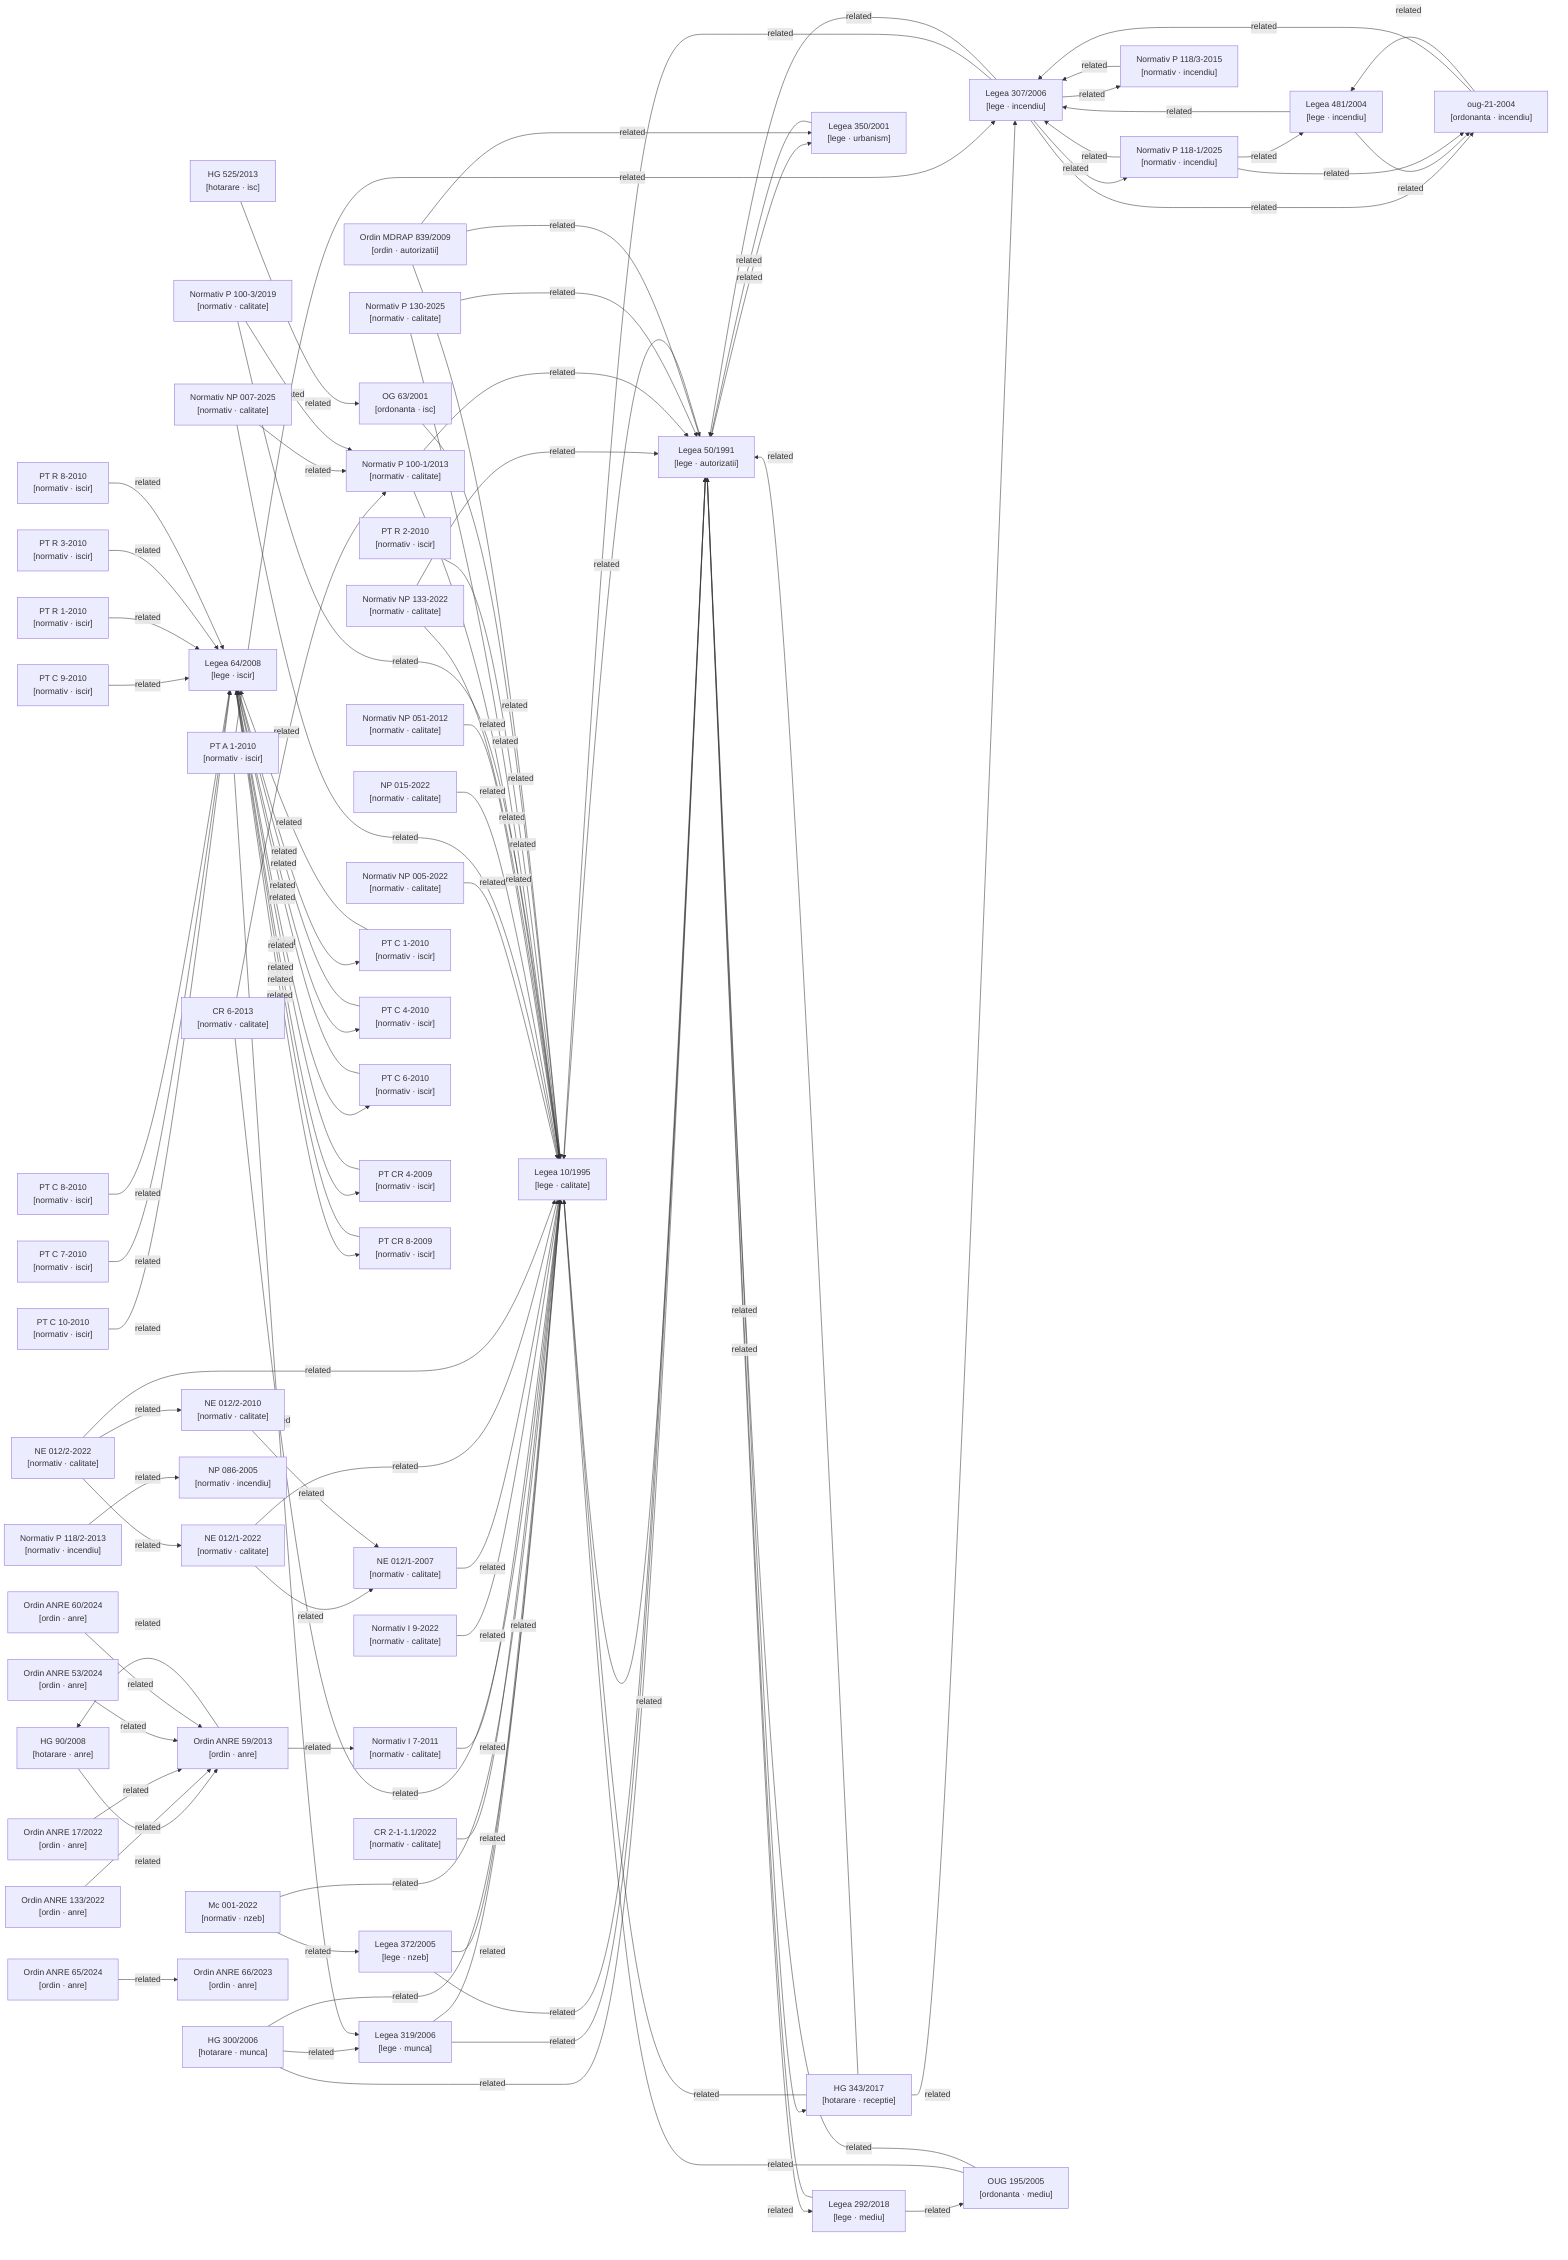
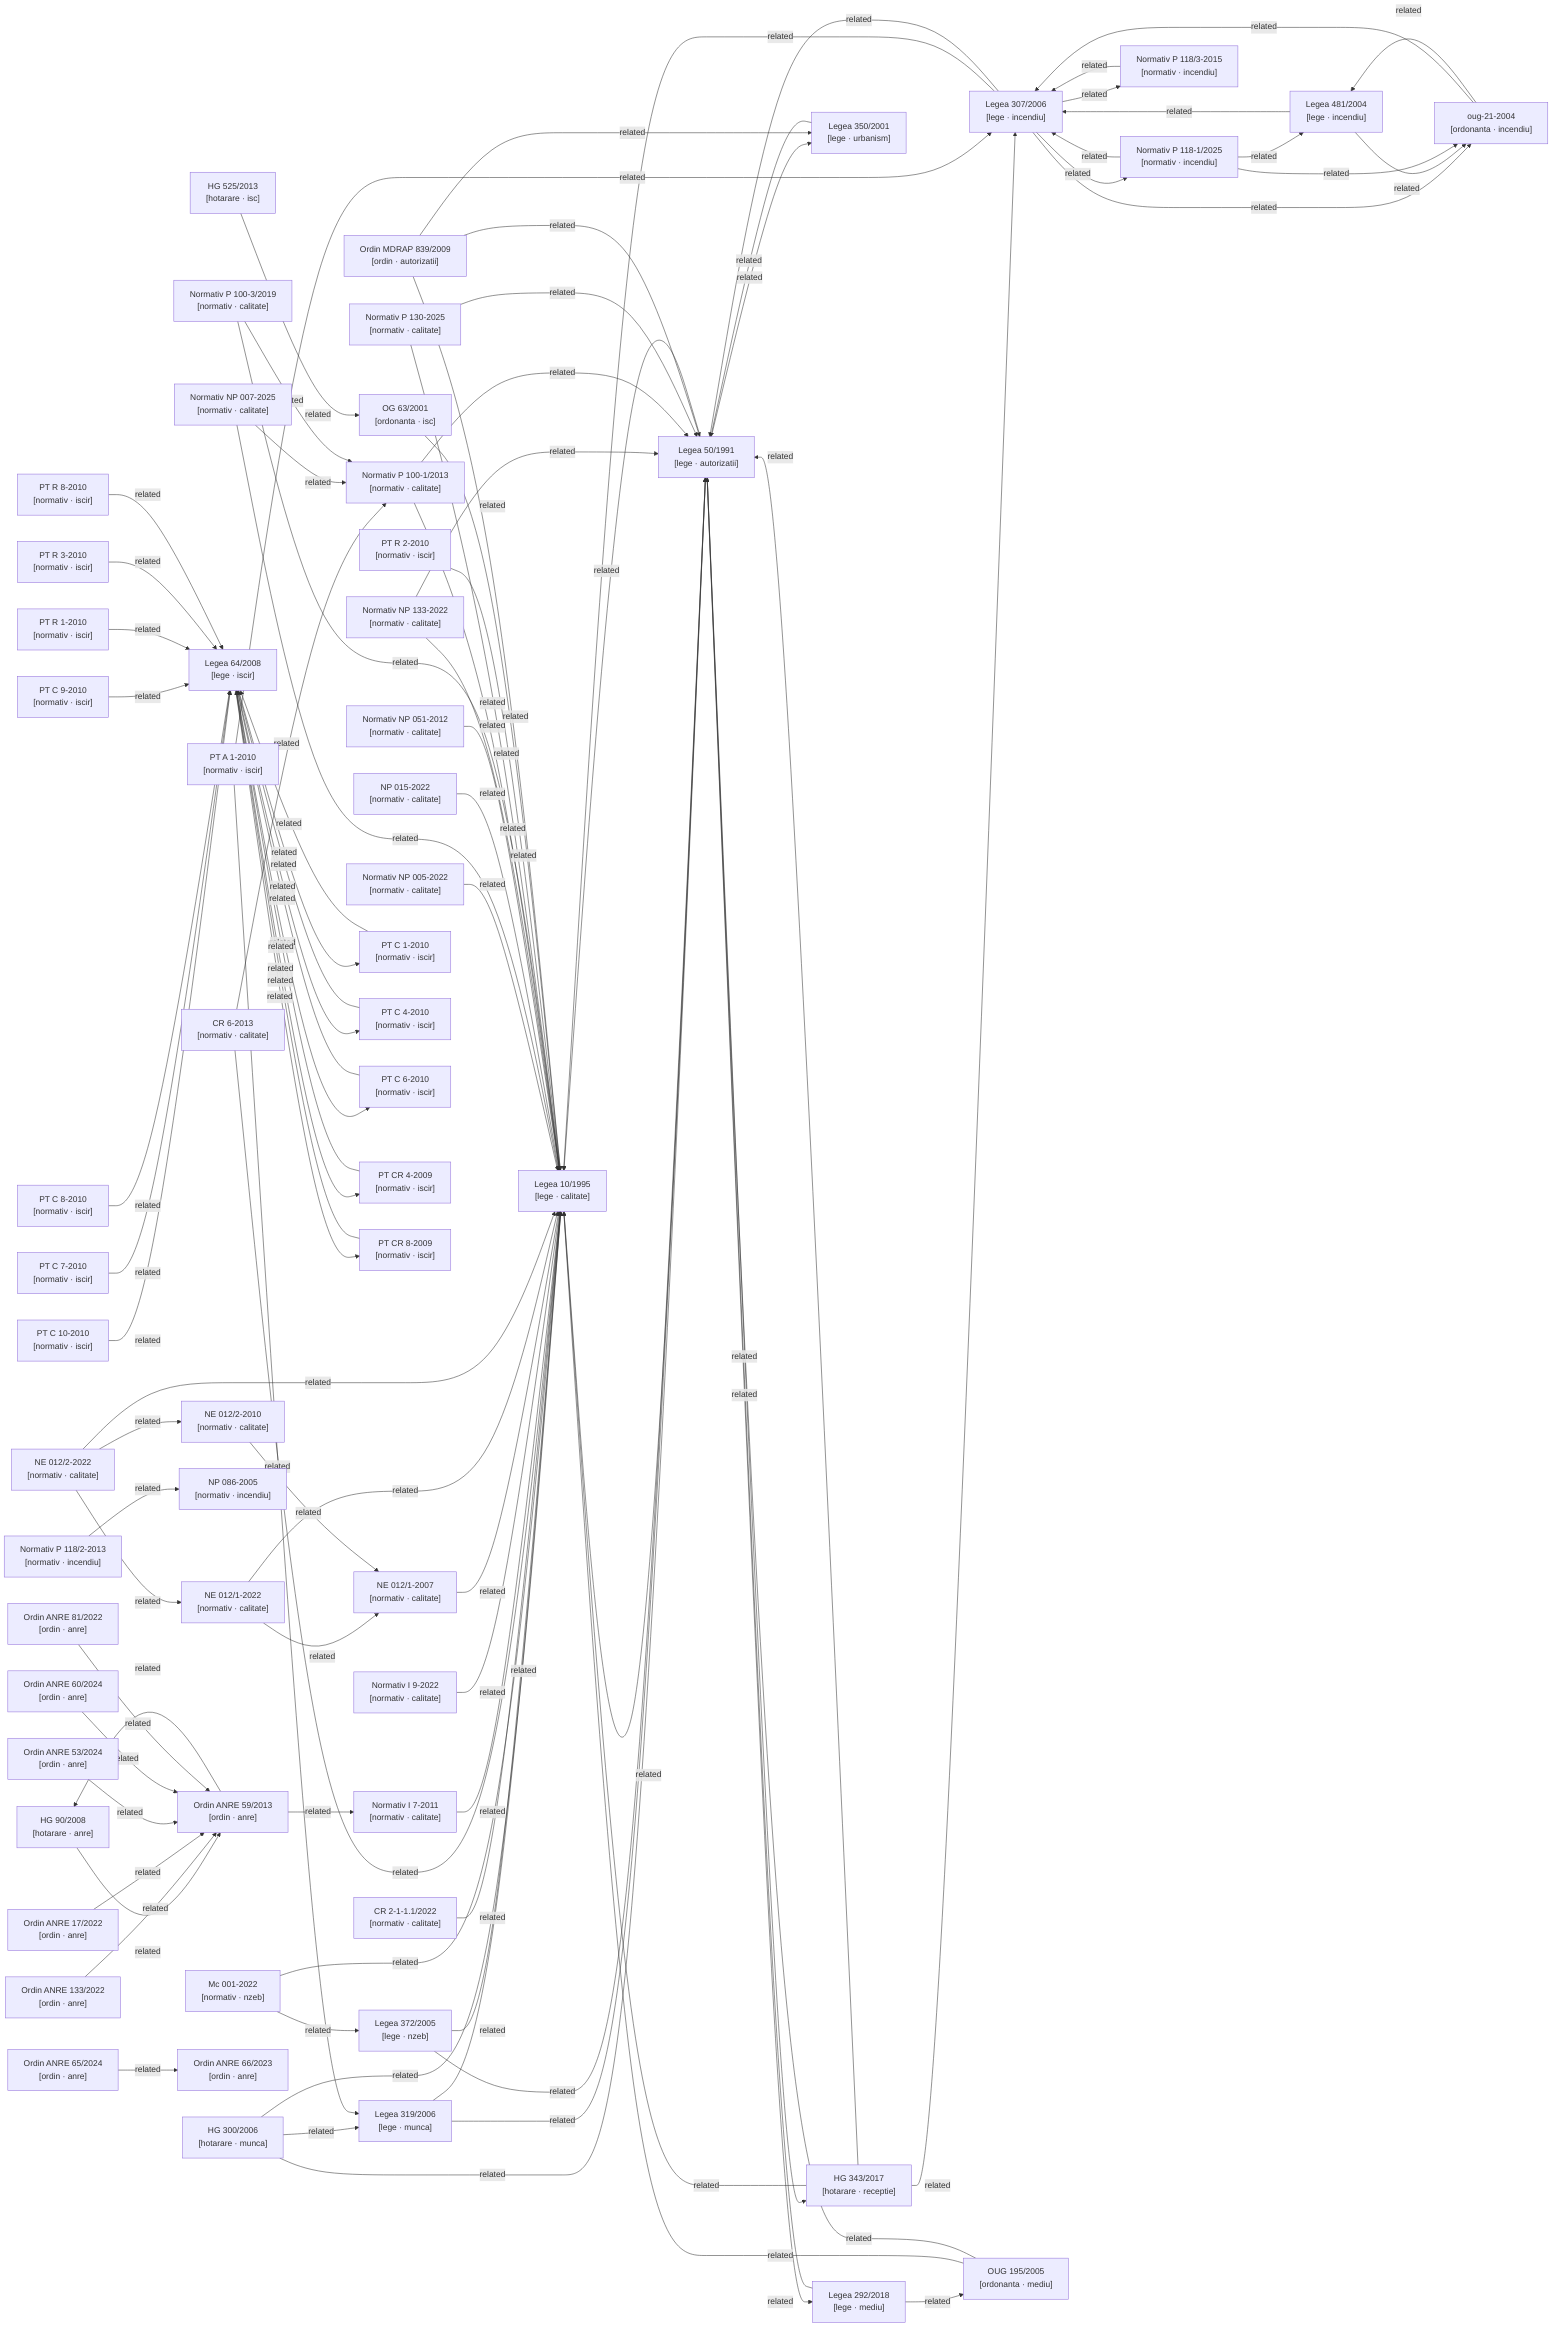
graph LR

  %% Nodes
  hg-300-2006["HG 300/2006\n[hotarare · munca]"]
  hg-343-2017["HG 343/2017\n[hotarare · receptie]"]
  hg-525-2013["HG 525/2013\n[hotarare · isc]"]
  hg-90-2008["HG 90/2008\n[hotarare · anre]"]
  lege-10-1995["Legea 10/1995\n[lege · calitate]"]
  lege-292-2018["Legea 292/2018\n[lege · mediu]"]
  lege-307-2006["Legea 307/2006\n[lege · incendiu]"]
  lege-319-2006["Legea 319/2006\n[lege · munca]"]
  lege-350-2001["Legea 350/2001\n[lege · urbanism]"]
  lege-372-2005["Legea 372/2005\n[lege · nzeb]"]
  lege-481-2004["Legea 481/2004\n[lege · incendiu]"]
  lege-50-1991["Legea 50/1991\n[lege · autorizatii]"]
  lege-64-2008["Legea 64/2008\n[lege · iscir]"]
  metodologie-mc001-2022["Mc 001-2022\n[normativ · nzeb]"]
  normativ-cr2-1-1-1-2022["CR 2-1-1.1/2022\n[normativ · calitate]"]
  normativ-cr6-2013["CR 6-2013\n[normativ · calitate]"]
  normativ-i7-2011["Normativ I 7-2011\n[normativ · calitate]"]
  normativ-i9-2022["Normativ I 9-2022\n[normativ · calitate]"]
  normativ-ne012-1-2007["NE 012/1-2007\n[normativ · calitate]"]
  normativ-ne012-1-2022["NE 012/1-2022\n[normativ · calitate]"]
  normativ-ne012-2-2010["NE 012/2-2010\n[normativ · calitate]"]
  normativ-ne012-2-2022["NE 012/2-2022\n[normativ · calitate]"]
  normativ-np005-2022["Normativ NP 005-2022\n[normativ · calitate]"]
  normativ-np007-2025["Normativ NP 007-2025\n[normativ · calitate]"]
  normativ-np015-2022["NP 015-2022\n[normativ · calitate]"]
  normativ-np051-2012["Normativ NP 051-2012\n[normativ · calitate]"]
  normativ-np086-2005["NP 086-2005\n[normativ · incendiu]"]
  normativ-np133-2022["Normativ NP 133-2022\n[normativ · calitate]"]
  normativ-p100-1-2013["Normativ P 100-1/2013\n[normativ · calitate]"]
  normativ-p100-3-2019["Normativ P 100-3/2019\n[normativ · calitate]"]
  normativ-p118-1-2025["Normativ P 118-1/2025\n[normativ · incendiu]"]
  normativ-p118-2-2013["Normativ P 118/2-2013\n[normativ · incendiu]"]
  normativ-p118-3-2015["Normativ P 118/3-2015\n[normativ · incendiu]"]
  normativ-p130-2025["Normativ P 130-2025\n[normativ · calitate]"]
  normativ-pt-a1-2010["PT A 1-2010\n[normativ · iscir]"]
  normativ-pt-c1-2010["PT C 1-2010\n[normativ · iscir]"]
  normativ-pt-c10-2010["PT C 10-2010\n[normativ · iscir]"]
  normativ-pt-c4-2010["PT C 4-2010\n[normativ · iscir]"]
  normativ-pt-c6-2010["PT C 6-2010\n[normativ · iscir]"]
  normativ-pt-c7-2010["PT C 7-2010\n[normativ · iscir]"]
  normativ-pt-c8-2010["PT C 8-2010\n[normativ · iscir]"]
  normativ-pt-c9-2010["PT C 9-2010\n[normativ · iscir]"]
  normativ-pt-cr4-2009["PT CR 4-2009\n[normativ · iscir]"]
  normativ-pt-cr8-2009["PT CR 8-2009\n[normativ · iscir]"]
  normativ-pt-r1-2010["PT R 1-2010\n[normativ · iscir]"]
  normativ-pt-r2-2010["PT R 2-2010\n[normativ · iscir]"]
  normativ-pt-r3-2010["PT R 3-2010\n[normativ · iscir]"]
  normativ-pt-r8-2010["PT R 8-2010\n[normativ · iscir]"]
  og-63-2001["OG 63/2001\n[ordonanta · isc]"]
  ordin-839-2009["Ordin MDRAP 839/2009\n[ordin · autorizatii]"]
  ordin-anre-133-2022["Ordin ANRE 133/2022\n[ordin · anre]"]
  ordin-anre-17-2022["Ordin ANRE 17/2022\n[ordin · anre]"]
  ordin-anre-53-2024["Ordin ANRE 53/2024\n[ordin · anre]"]
  ordin-anre-59-2013["Ordin ANRE 59/2013\n[ordin · anre]"]
  ordin-anre-60-2024["Ordin ANRE 60/2024\n[ordin · anre]"]
  ordin-anre-65-2024["Ordin ANRE 65/2024\n[ordin · anre]"]
  ordin-anre-66-2023["Ordin ANRE 66/2023\n[ordin · anre]"]
+   ordin-anre-81-2022["Ordin ANRE 81/2022\n[ordin · anre]"]
  oug-195-2005["OUG 195/2005\n[ordonanta · mediu]"]
  oug-21-2004["oug-21-2004\n[ordonanta · incendiu]"]

  %% Confirmed relationships (from metadata related_acts)
  hg-300-2006 -->|related| lege-10-1995
  hg-300-2006 -->|related| lege-319-2006
  hg-300-2006 -->|related| lege-50-1991
  hg-343-2017 -->|related| lege-10-1995
  hg-343-2017 -->|related| lege-307-2006
  hg-343-2017 -->|related| lege-50-1991
  hg-525-2013 -->|related| og-63-2001
  hg-90-2008 -->|related| ordin-anre-59-2013
  lege-10-1995 -->|related| lege-50-1991
  lege-292-2018 -->|related| lege-50-1991
  lege-292-2018 -->|related| oug-195-2005
  lege-307-2006 -->|related| lege-10-1995
  lege-307-2006 -->|related| lege-50-1991
  lege-307-2006 -->|related| normativ-p118-1-2025
  lege-307-2006 -->|related| normativ-p118-3-2015
  lege-307-2006 -->|related| oug-21-2004
  lege-319-2006 -->|related| lege-10-1995
  lege-319-2006 -->|related| lege-50-1991
  lege-350-2001 -->|related| lege-50-1991
  lege-372-2005 -->|related| lege-10-1995
  lege-372-2005 -->|related| lege-50-1991
  lege-481-2004 -->|related| lege-307-2006
  lege-481-2004 -->|related| oug-21-2004
  lege-50-1991 -->|related| hg-343-2017
  lege-50-1991 -->|related| lege-10-1995
  lege-50-1991 -->|related| lege-292-2018
  lege-50-1991 -->|related| lege-350-2001
  lege-64-2008 -->|related| normativ-pt-c1-2010
  lege-64-2008 -->|related| normativ-pt-c4-2010
  lege-64-2008 -->|related| normativ-pt-c6-2010
  lege-64-2008 -->|related| normativ-pt-cr4-2009
  lege-64-2008 -->|related| normativ-pt-cr8-2009
  metodologie-mc001-2022 -->|related| lege-10-1995
  metodologie-mc001-2022 -->|related| lege-372-2005
  normativ-cr2-1-1-1-2022 -->|related| lege-10-1995
  normativ-cr6-2013 -->|related| lege-10-1995
  normativ-cr6-2013 -->|related| normativ-p100-1-2013
  normativ-i7-2011 -->|related| lege-10-1995
  normativ-i9-2022 -->|related| lege-10-1995
  normativ-ne012-1-2007 -->|related| lege-10-1995
  normativ-ne012-1-2022 -->|related| lege-10-1995
  normativ-ne012-1-2022 -->|related| normativ-ne012-1-2007
  normativ-ne012-2-2010 -->|related| normativ-ne012-1-2007
  normativ-ne012-2-2022 -->|related| lege-10-1995
  normativ-ne012-2-2022 -->|related| normativ-ne012-1-2022
  normativ-ne012-2-2022 -->|related| normativ-ne012-2-2010
  normativ-np005-2022 -->|related| lege-10-1995
  normativ-np007-2025 -->|related| lege-10-1995
  normativ-np007-2025 -->|related| normativ-p100-1-2013
  normativ-np015-2022 -->|related| lege-10-1995
  normativ-np051-2012 -->|related| lege-10-1995
  normativ-np133-2022 -->|related| lege-10-1995
  normativ-np133-2022 -->|related| lege-50-1991
  normativ-p100-1-2013 -->|related| lege-10-1995
  normativ-p100-1-2013 -->|related| lege-50-1991
  normativ-p100-3-2019 -->|related| lege-10-1995
  normativ-p100-3-2019 -->|related| normativ-p100-1-2013
  normativ-p118-1-2025 -->|related| lege-307-2006
  normativ-p118-1-2025 -->|related| lege-481-2004
  normativ-p118-1-2025 -->|related| oug-21-2004
  normativ-p118-2-2013 -->|related| normativ-np086-2005
  normativ-p118-3-2015 -->|related| lege-307-2006
  normativ-p130-2025 -->|related| lege-10-1995
  normativ-p130-2025 -->|related| lege-50-1991
  normativ-pt-a1-2010 -->|related| lege-307-2006
  normativ-pt-a1-2010 -->|related| lege-319-2006
  normativ-pt-c1-2010 -->|related| lege-64-2008
  normativ-pt-c10-2010 -->|related| lege-64-2008
  normativ-pt-c4-2010 -->|related| lege-64-2008
  normativ-pt-c6-2010 -->|related| lege-64-2008
  normativ-pt-c7-2010 -->|related| lege-64-2008
  normativ-pt-c8-2010 -->|related| lege-64-2008
  normativ-pt-c9-2010 -->|related| lege-64-2008
  normativ-pt-cr4-2009 -->|related| lege-64-2008
  normativ-pt-cr8-2009 -->|related| lege-64-2008
  normativ-pt-r1-2010 -->|related| lege-64-2008
  normativ-pt-r2-2010 -->|related| lege-10-1995
  normativ-pt-r3-2010 -->|related| lege-64-2008
  normativ-pt-r8-2010 -->|related| lege-64-2008
  og-63-2001 -->|related| lege-10-1995
  ordin-839-2009 -->|related| lege-10-1995
  ordin-839-2009 -->|related| lege-350-2001
  ordin-839-2009 -->|related| lege-50-1991
  ordin-anre-133-2022 -->|related| ordin-anre-59-2013
  ordin-anre-17-2022 -->|related| ordin-anre-59-2013
  ordin-anre-53-2024 -->|related| ordin-anre-59-2013
  ordin-anre-59-2013 -->|related| hg-90-2008
  ordin-anre-59-2013 -->|related| normativ-i7-2011
  ordin-anre-60-2024 -->|related| ordin-anre-59-2013
  ordin-anre-65-2024 -->|related| ordin-anre-66-2023
+   ordin-anre-81-2022 -->|related| ordin-anre-59-2013
  oug-195-2005 -->|related| lege-10-1995
  oug-195-2005 -->|related| lege-50-1991
  oug-21-2004 -->|related| lege-307-2006
  oug-21-2004 -->|related| lege-481-2004

  %% Auto-detected relationships (needs_review)
